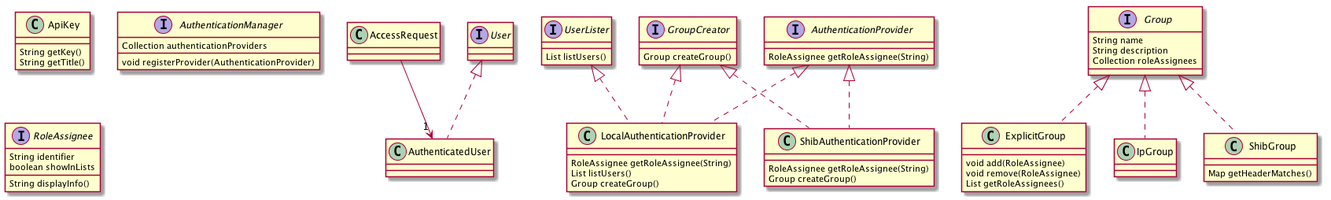
IQSS/dataverse keeps this PlantUML diagram as doc/Architecture/auth-classes.png. Above is the earlier version. The source it was exported from:
```plantuml
@startuml


class AccessRequest
class ApiKey
class AuthenticatedUser
interface AuthenticationManager
interface AuthenticationProvider
class ExplicitGroup
interface Group
interface GroupCreator
class IpGroup
class LocalAuthenticationProvider
interface RoleAssignee
class ShibAuthenticationProvider
class ShibGroup
interface User
interface UserLister


AuthenticationManager : Collection authenticationProviders
AuthenticationManager : void registerProvider(AuthenticationProvider)

GroupCreator : Group createGroup()

UserLister : List listUsers()

Group : String name
Group : String description
Group : Collection roleAssignees

AuthenticationProvider <|.. LocalAuthenticationProvider
UserLister <|.. LocalAuthenticationProvider
GroupCreator <|.. LocalAuthenticationProvider
LocalAuthenticationProvider : RoleAssignee getRoleAssignee(String)
LocalAuthenticationProvider : List listUsers()
LocalAuthenticationProvider : Group createGroup()


RoleAssignee : String identifier
RoleAssignee : boolean showInLists
RoleAssignee : String displayInfo()

Group <|.. ShibGroup
ShibGroup : Map getHeaderMatches()

Group <|.. ExplicitGroup
ExplicitGroup : void add(RoleAssignee)
ExplicitGroup : void remove(RoleAssignee)
ExplicitGroup : List getRoleAssignees()

AuthenticationProvider : RoleAssignee getRoleAssignee(String)

AccessRequest --> "1" AuthenticatedUser

AuthenticationProvider <|.. ShibAuthenticationProvider
GroupCreator <|.. ShibAuthenticationProvider
ShibAuthenticationProvider : RoleAssignee getRoleAssignee(String)
ShibAuthenticationProvider : Group createGroup()

User <|.. AuthenticatedUser

ApiKey : String getKey()
ApiKey : String getTitle()

Group <|.. IpGroup

@enduml
```
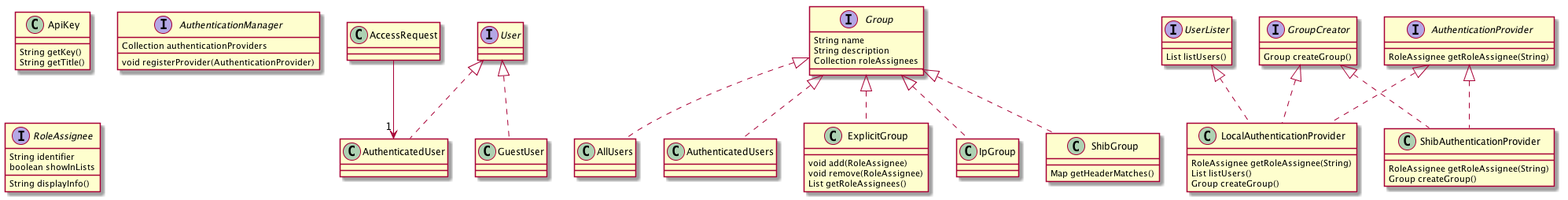
Above is the later version.

Commit message:
added more user group classes

Change to the diagram source:
```diff
@@ -2,13 +2,16 @@
 
 
 class AccessRequest
+class AllUsers
 class ApiKey
 class AuthenticatedUser
+class AuthenticatedUsers
 interface AuthenticationManager
 interface AuthenticationProvider
 class ExplicitGroup
 interface Group
 interface GroupCreator
+class GuestUser
 class IpGroup
 class LocalAuthenticationProvider
 interface RoleAssignee
@@ -18,17 +21,6 @@
 interface UserLister
 
 
-AuthenticationManager : Collection authenticationProviders
-AuthenticationManager : void registerProvider(AuthenticationProvider)
-
-GroupCreator : Group createGroup()
-
-UserLister : List listUsers()
-
-Group : String name
-Group : String description
-Group : Collection roleAssignees
-
 AuthenticationProvider <|.. LocalAuthenticationProvider
 UserLister <|.. LocalAuthenticationProvider
 GroupCreator <|.. LocalAuthenticationProvider
@@ -36,33 +28,50 @@
 LocalAuthenticationProvider : List listUsers()
 LocalAuthenticationProvider : Group createGroup()
 
+Group <|.. AllUsers
+
+AuthenticationProvider : RoleAssignee getRoleAssignee(String)
+
+AuthenticationProvider <|.. ShibAuthenticationProvider
+GroupCreator <|.. ShibAuthenticationProvider
+ShibAuthenticationProvider : RoleAssignee getRoleAssignee(String)
+ShibAuthenticationProvider : Group createGroup()
+
+AuthenticationManager : Collection authenticationProviders
+AuthenticationManager : void registerProvider(AuthenticationProvider)
+
+Group <|.. IpGroup
+
+Group : String name
+Group : String description
+Group : Collection roleAssignees
+
+ApiKey : String getKey()
+ApiKey : String getTitle()
+
+GroupCreator : Group createGroup()
+
+Group <|.. AuthenticatedUsers
+
+Group <|.. ShibGroup
+ShibGroup : Map getHeaderMatches()
 
 RoleAssignee : String identifier
 RoleAssignee : boolean showInLists
 RoleAssignee : String displayInfo()
 
-Group <|.. ShibGroup
-ShibGroup : Map getHeaderMatches()
+User <|.. AuthenticatedUser
+
+AccessRequest --> "1" AuthenticatedUser
+
+
+UserLister : List listUsers()
 
 Group <|.. ExplicitGroup
 ExplicitGroup : void add(RoleAssignee)
 ExplicitGroup : void remove(RoleAssignee)
 ExplicitGroup : List getRoleAssignees()
 
-AuthenticationProvider : RoleAssignee getRoleAssignee(String)
-
-AccessRequest --> "1" AuthenticatedUser
-
-AuthenticationProvider <|.. ShibAuthenticationProvider
-GroupCreator <|.. ShibAuthenticationProvider
-ShibAuthenticationProvider : RoleAssignee getRoleAssignee(String)
-ShibAuthenticationProvider : Group createGroup()
-
-User <|.. AuthenticatedUser
-
-ApiKey : String getKey()
-ApiKey : String getTitle()
-
-Group <|.. IpGroup
+User <|.. GuestUser
 
 @enduml
```
